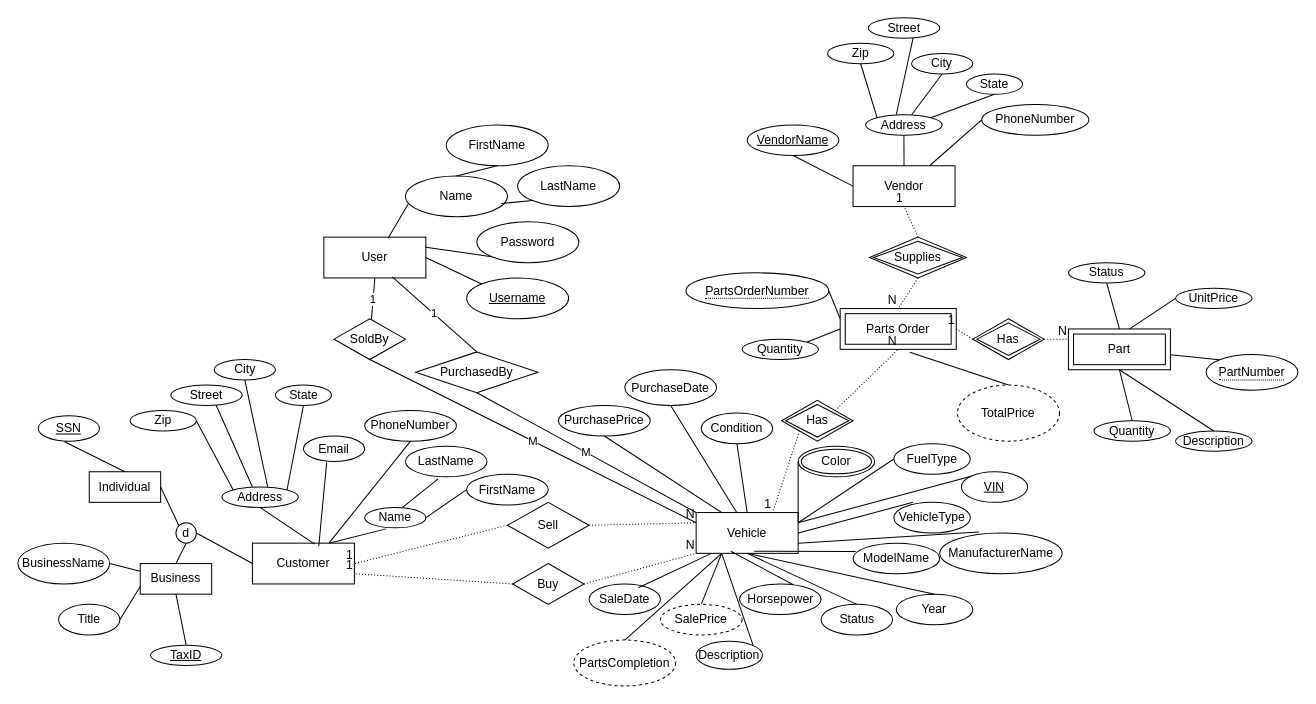
Before: Phase_1/team006_p1_eer.drawio in rkang427/autodb, a draw.io diagram. Source tidied: cells renumbered, new cells numbered last; positions are measured from the earlier drawing's top-left corner, leaving out a move shared by most shapes. Both pictures are drawn from the tidied source at 102%, with x=0, y=0 at pixel (17, 17).
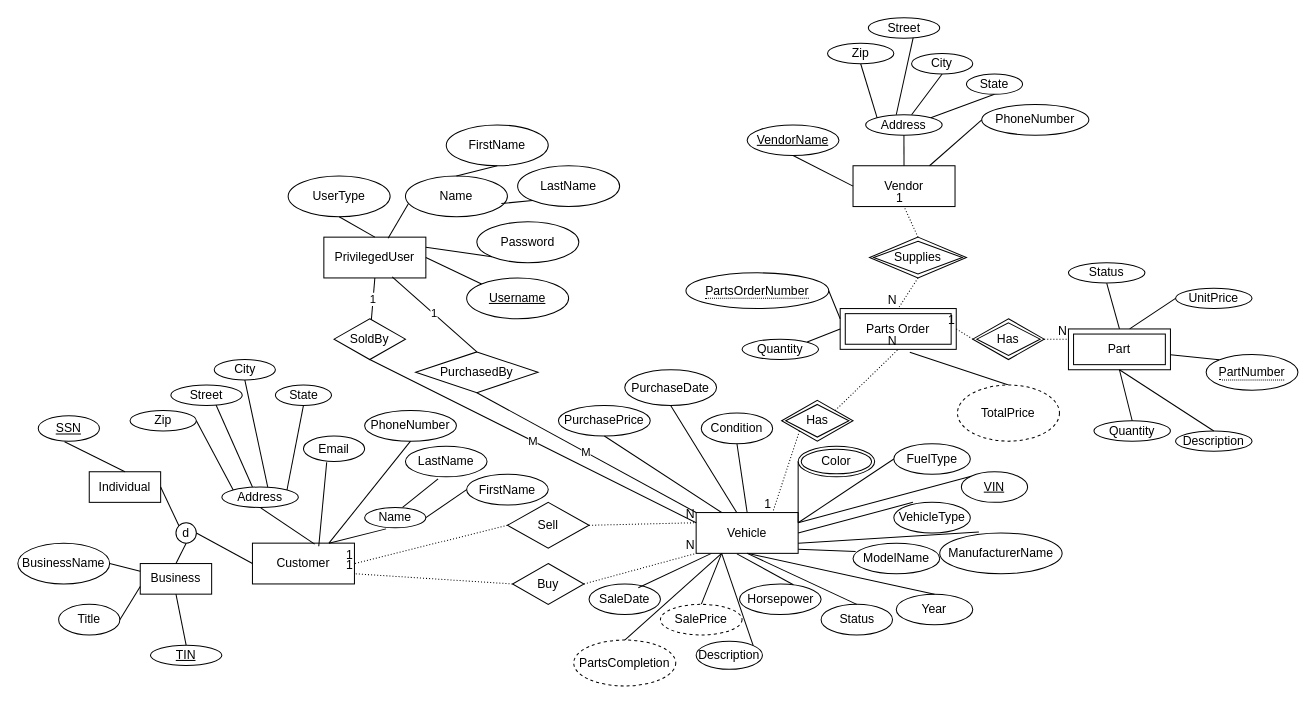
After the change.

Unchanged cells that the change refers to:
```xml
<mxCell id="2" style="group;" parent="1" vertex="1">
  <mxGeometry x="300" y="105" width="290" height="190" as="geometry" />
</mxCell>
<mxCell id="67" value="Vehicle" style="whiteSpace=wrap;html=1;align=center;" parent="1" vertex="1">
  <mxGeometry x="665" y="485" width="100" height="40" as="geometry" />
</mxCell>
<mxCell id="72" value="ModelName" style="ellipse;whiteSpace=wrap;html=1;align=center;" parent="1" vertex="1">
  <mxGeometry x="818.8" y="515" width="85" height="30" as="geometry" />
</mxCell>
<mxCell id="81" value="Horsepower" style="ellipse;whiteSpace=wrap;html=1;align=center;" parent="1" vertex="1">
  <mxGeometry x="707.5" y="555" width="80" height="30" as="geometry" />
</mxCell>
```

Diff of the diagram source:
```diff
@@
-    <mxCell id="3" value="User" style="whiteSpace=wrap;html=1;align=center;" parent="2" vertex="1">
+    <mxCell id="3" value="PrivilegedUser" style="whiteSpace=wrap;html=1;align=center;" parent="2" vertex="1">
       <mxGeometry y="110" width="100" height="40" as="geometry" />
     </mxCell>
@@
+    <mxCell id="148" value="UserType" style="ellipse;whiteSpace=wrap;html=1;align=center;" parent="2" vertex="1">
+      <mxGeometry x="-35" y="50" width="100" height="40" as="geometry" />
+    </mxCell>
+    <mxCell id="149" style="endArrow=none;html=1;rounded=0;entryX=0.5;entryY=1;entryDx=0;entryDy=0;exitX=0.5;exitY=0;exitDx=0;exitDy=0;" parent="2" edge="1" source="3" target="148">
+      <mxGeometry relative="1" as="geometry" />
+    </mxCell>
@@
-    <mxCell id="27" value="TaxID" style="ellipse;whiteSpace=wrap;html=1;align=center;fontStyle=4;" parent="1" vertex="1">
+    <mxCell id="27" value="TIN" style="ellipse;whiteSpace=wrap;html=1;align=center;fontStyle=4;" parent="1" vertex="1">
       <mxGeometry x="130" y="615" width="70" height="20" as="geometry" />
     </mxCell>
@@
-    <mxCell id="79" style="endArrow=none;html=1;rounded=0;exitX=0.57;exitY=0.95;exitDx=0;exitDy=0;entryX=0.03;entryY=0.275;entryDx=0;entryDy=0;exitPerimeter=0;entryPerimeter=0;" parent="1" edge="1" source="67" target="72">
+    <mxCell id="79" style="endArrow=none;html=1;rounded=0;entryX=0.03;entryY=0.275;entryDx=0;entryDy=0;entryPerimeter=0;exitX=1;exitY=0.901;exitDx=0;exitDy=0;exitPerimeter=0;" parent="1" edge="1" source="67" target="72">
       <mxGeometry relative="1" as="geometry" />
     </mxCell>
@@
-    <mxCell id="82" style="endArrow=none;html=1;rounded=0;exitX=0.34;exitY=0.95;exitDx=0;exitDy=0;entryX=0.66;entryY=0.025;entryDx=0;entryDy=0;entryPerimeter=0;exitPerimeter=0;" parent="1" edge="1" source="67" target="81">
+    <mxCell id="82" style="endArrow=none;html=1;rounded=0;exitX=0.4;exitY=1.014;exitDx=0;exitDy=0;entryX=0.66;entryY=0.025;entryDx=0;entryDy=0;entryPerimeter=0;exitPerimeter=0;" parent="1" edge="1" source="67" target="81">
       <mxGeometry relative="1" as="geometry" />
     </mxCell>
```
